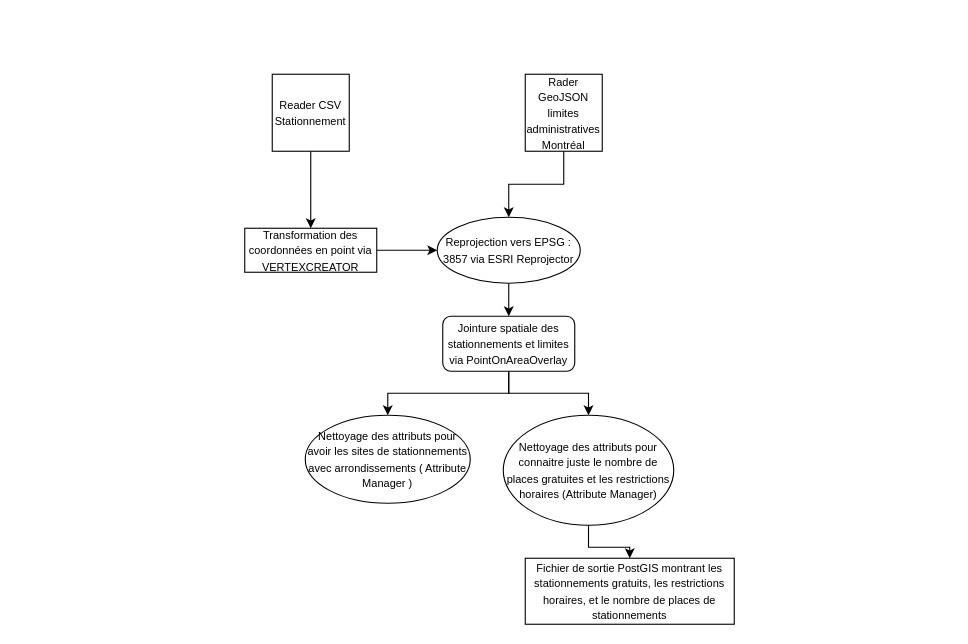
Earlier version of the draw.io diagram TP2/Schéma/Untitled Diagram.drawio (Lorry139/geo7630h25). Source tidied: cells renumbered, new cells numbered last; positions are measured from the earlier drawing's top-left corner, leaving out a move shared by most shapes. Both pictures are drawn from the tidied source at 110%, with x=0, y=0 at pixel (244, 74).
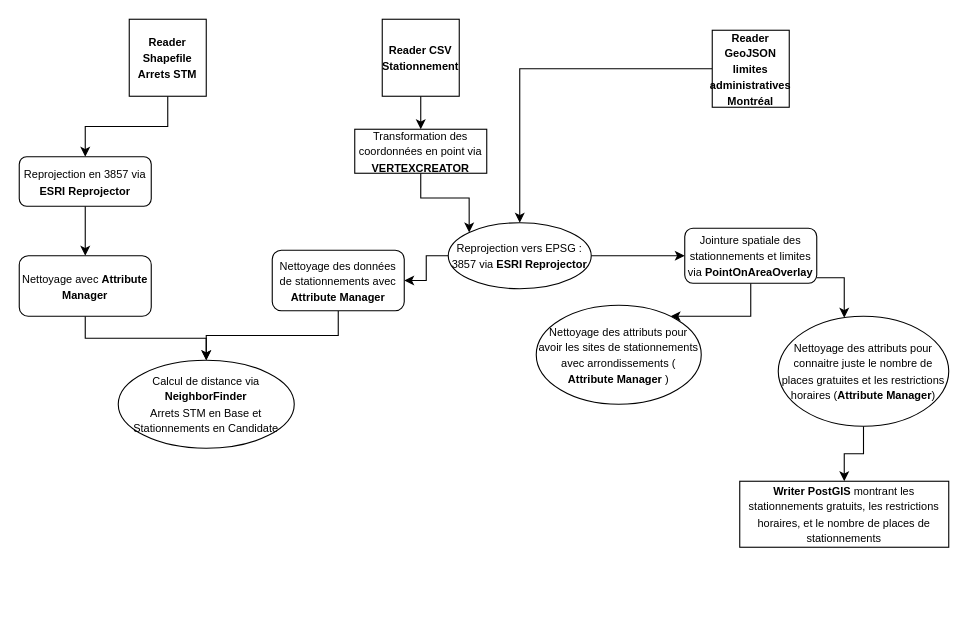
The same diagram, later.

Change to the diagram source:
```diff
@@
-    <mxCell id="3" value="&lt;font style=&quot;font-size: 10px;&quot;&gt;Reader CSV Stationnement&lt;/font&gt;" style="whiteSpace=wrap;html=1;" parent="1" vertex="1">
-      <mxGeometry x="25" width="70" height="70" as="geometry" />
+    <mxCell id="3" value="&lt;b&gt;&lt;font style=&quot;font-size: 10px;&quot;&gt;Reader CSV Stationnement&lt;/font&gt;&lt;/b&gt;" style="whiteSpace=wrap;html=1;" parent="1" vertex="1">
+      <mxGeometry x="125" y="-50" width="70" height="70" as="geometry" />
     </mxCell>
@@
-    <mxCell id="5" value="&lt;font style=&quot;font-size: 10px;&quot;&gt;Rader GeoJSON limites administratives Montréal&lt;/font&gt;" style="whiteSpace=wrap;html=1;" parent="1" vertex="1">
-      <mxGeometry x="255" width="70" height="70" as="geometry" />
+    <mxCell id="5" value="&lt;b&gt;&lt;font style=&quot;font-size: 10px;&quot;&gt;Reader GeoJSON limites administratives Montréal&lt;/font&gt;&lt;/b&gt;" style="whiteSpace=wrap;html=1;" parent="1" vertex="1">
+      <mxGeometry x="425" y="-40" width="70" height="70" as="geometry" />
     </mxCell>
@@
+    <mxCell id="18" style="edgeStyle=orthogonalEdgeStyle;rounded=0;jettySize=auto;html=1;" parent="1" edge="1" source="8" target="26">
+      <mxGeometry relative="1" as="geometry" />
+    </mxCell>
-    <mxCell id="8" value="&lt;font style=&quot;font-size: 10px;&quot;&gt;Reprojection vers EPSG : 3857 via ESRI Reprojector&lt;/font&gt;" style="ellipse;whiteSpace=wrap;html=1;" parent="1" vertex="1">
-      <mxGeometry x="175" y="130" width="130" height="60" as="geometry" />
+    <mxCell id="8" value="&lt;font style=&quot;font-size: 10px;&quot;&gt;Reprojection vers EPSG : 3857 via &lt;b&gt;ESRI Reprojector&lt;/b&gt;&lt;/font&gt;" style="ellipse;whiteSpace=wrap;html=1;" parent="1" vertex="1">
+      <mxGeometry x="185" y="135" width="130" height="60" as="geometry" />
     </mxCell>
-    <mxCell id="9" style="edgeStyle=orthogonalEdgeStyle;rounded=0;jettySize=auto;html=1;" parent="1" edge="1" source="10" target="8">
+    <mxCell id="9" style="edgeStyle=orthogonalEdgeStyle;rounded=0;jettySize=auto;html=1;entryX=0;entryY=0;entryDx=0;entryDy=0;" parent="1" edge="1" source="10" target="8">
       <mxGeometry relative="1" as="geometry" />
     </mxCell>
-    <mxCell id="10" value="&lt;font style=&quot;font-size: 10px;&quot;&gt;Transformation des coordonnées en point via VERTEXCREATOR&lt;/font&gt;" style="rounded=0;whiteSpace=wrap;html=1;" parent="1" vertex="1">
-      <mxGeometry y="140" width="120" height="40" as="geometry" />
+    <mxCell id="10" value="&lt;font style=&quot;font-size: 10px;&quot;&gt;Transformation des coordonnées en point via &lt;b&gt;VERTEXCREATOR&lt;/b&gt;&lt;/font&gt;" style="rounded=0;whiteSpace=wrap;html=1;" parent="1" vertex="1">
+      <mxGeometry x="100" y="50" width="120" height="40" as="geometry" />
     </mxCell>
     <mxCell id="11" style="edgeStyle=orthogonalEdgeStyle;rounded=0;jettySize=auto;html=1;" parent="1" edge="1" source="13" target="15">
-      <mxGeometry relative="1" as="geometry" />
+      <mxGeometry relative="1" as="geometry">
+        <Array as="points">
+          <mxPoint x="545" y="185" />
+        </Array>
+      </mxGeometry>
     </mxCell>
     <mxCell id="12" style="edgeStyle=orthogonalEdgeStyle;rounded=0;jettySize=auto;html=1;" parent="1" edge="1" source="13" target="16">
-      <mxGeometry relative="1" as="geometry" />
+      <mxGeometry relative="1" as="geometry">
+        <Array as="points">
+          <mxPoint x="460" y="220" />
+        </Array>
+      </mxGeometry>
     </mxCell>
-    <mxCell id="13" value="&lt;font style=&quot;font-size: 10px;&quot;&gt;Jointure spatiale des stationnements et limites via PointOnAreaOverlay&lt;/font&gt;" style="rounded=1;whiteSpace=wrap;html=1;" parent="1" vertex="1">
-      <mxGeometry x="180" y="220" width="120" height="50" as="geometry" />
+    <mxCell id="13" value="&lt;font style=&quot;font-size: 10px;&quot;&gt;Jointure spatiale des stationnements et limites via &lt;b&gt;PointOnAreaOverlay&lt;/b&gt;&lt;/font&gt;" style="rounded=1;whiteSpace=wrap;html=1;" parent="1" vertex="1">
+      <mxGeometry x="400" y="140" width="120" height="50" as="geometry" />
     </mxCell>
@@
-    <mxCell id="15" value="&lt;font style=&quot;font-size: 10px;&quot;&gt;Nettoyage des attributs pour connaitre juste le nombre de places gratuites et les restrictions horaires (Attribute Manager)&lt;/font&gt;" style="ellipse;whiteSpace=wrap;html=1;" parent="1" vertex="1">
-      <mxGeometry x="235" y="310" width="155" height="100" as="geometry" />
+    <mxCell id="15" value="&lt;font style=&quot;font-size: 10px;&quot;&gt;Nettoyage des attributs pour connaitre juste le nombre de places gratuites et les restrictions horaires (&lt;b&gt;Attribute Manager&lt;/b&gt;)&lt;/font&gt;" style="ellipse;whiteSpace=wrap;html=1;" parent="1" vertex="1">
+      <mxGeometry x="485" y="220" width="155" height="100" as="geometry" />
     </mxCell>
-    <mxCell id="16" value="&lt;font style=&quot;font-size: 10px;&quot;&gt;Nettoyage des attributs pour avoir les sites de stationnements avec arrondissements ( Attribute Manager )&lt;/font&gt;" style="ellipse;whiteSpace=wrap;html=1;" parent="1" vertex="1">
-      <mxGeometry x="55" y="310" width="150" height="80" as="geometry" />
+    <mxCell id="16" value="&lt;font style=&quot;font-size: 10px;&quot;&gt;Nettoyage des attributs pour avoir les sites de stationnements avec arrondissements ( &lt;b&gt;Attribute Manager&lt;/b&gt; )&lt;/font&gt;" style="ellipse;whiteSpace=wrap;html=1;rotation=0;" parent="1" vertex="1">
+      <mxGeometry x="265" y="210" width="150" height="90" as="geometry" />
     </mxCell>
-    <mxCell id="17" value="&lt;font style=&quot;font-size: 10px;&quot;&gt;Fichier de sortie PostGIS montrant les stationnements gratuits, les restrictions horaires, et le nombre de places de stationnements&lt;/font&gt;" style="rounded=0;whiteSpace=wrap;html=1;" parent="1" vertex="1">
-      <mxGeometry x="255" y="440" width="190" height="60" as="geometry" />
+    <mxCell id="17" value="&lt;font style=&quot;font-size: 10px;&quot;&gt;&lt;b&gt;Writer PostGIS&lt;/b&gt; montrant les stationnements gratuits, les restrictions horaires, et le nombre de places de stationnements&lt;/font&gt;" style="rounded=0;whiteSpace=wrap;html=1;" parent="1" vertex="1">
+      <mxGeometry x="450" y="370" width="190" height="60" as="geometry" />
     </mxCell>
+    <mxCell id="19" style="edgeStyle=orthogonalEdgeStyle;rounded=0;jettySize=auto;html=1;" parent="1" edge="1" source="20" target="22">
+      <mxGeometry relative="1" as="geometry" />
+    </mxCell>
+    <mxCell id="20" value="&lt;b&gt;&lt;font style=&quot;font-size: 10px;&quot;&gt;Reader Shapefile Arrets STM&lt;/font&gt;&lt;/b&gt;" style="whiteSpace=wrap;html=1;" parent="1" vertex="1">
+      <mxGeometry x="-105" y="-50" width="70" height="70" as="geometry" />
+    </mxCell>
+    <mxCell id="21" style="edgeStyle=orthogonalEdgeStyle;rounded=0;jettySize=auto;html=1;" parent="1" edge="1" source="22" target="24">
+      <mxGeometry relative="1" as="geometry" />
+    </mxCell>
+    <mxCell id="22" value="&lt;font style=&quot;font-size: 10px;&quot;&gt;Reprojection en 3857 via &lt;b&gt;ESRI Reprojector&lt;/b&gt;&lt;/font&gt;" style="rounded=1;whiteSpace=wrap;html=1;" parent="1" vertex="1">
+      <mxGeometry x="-205" y="75" width="120" height="45" as="geometry" />
+    </mxCell>
+    <mxCell id="23" style="edgeStyle=orthogonalEdgeStyle;rounded=0;jettySize=auto;html=1;" parent="1" edge="1" source="24" target="27">
+      <mxGeometry relative="1" as="geometry" />
+    </mxCell>
+    <mxCell id="24" value="&lt;font style=&quot;font-size: 10px;&quot;&gt;Nettoyage avec &lt;b&gt;Attribute Manager&lt;/b&gt;&lt;/font&gt;" style="rounded=1;whiteSpace=wrap;html=1;" parent="1" vertex="1">
+      <mxGeometry x="-205" y="165" width="120" height="55" as="geometry" />
+    </mxCell>
+    <mxCell id="25" style="edgeStyle=orthogonalEdgeStyle;rounded=0;jettySize=auto;html=1;" parent="1" edge="1" source="26" target="27">
+      <mxGeometry relative="1" as="geometry" />
+    </mxCell>
+    <mxCell id="26" value="&lt;font style=&quot;font-size: 10px;&quot;&gt;Nettoyage des données de stationnements avec &lt;b&gt;Attribute Manager&lt;/b&gt;&lt;/font&gt;" style="rounded=1;whiteSpace=wrap;html=1;" parent="1" vertex="1">
+      <mxGeometry x="25" y="160" width="120" height="55" as="geometry" />
+    </mxCell>
+    <mxCell id="27" value="&lt;div&gt;&lt;font style=&quot;font-size: 10px;&quot;&gt;Calcul de distance via &lt;b&gt;NeighborFinder&lt;/b&gt;&lt;/font&gt;&lt;/div&gt;&lt;div&gt;&lt;font style=&quot;font-size: 10px;&quot;&gt;Arrets STM en Base et Stationnements en Candidate&lt;/font&gt;&lt;/div&gt;" style="ellipse;whiteSpace=wrap;html=1;" parent="1" vertex="1">
+      <mxGeometry x="-115" y="260" width="160" height="80" as="geometry" />
+    </mxCell>
```
